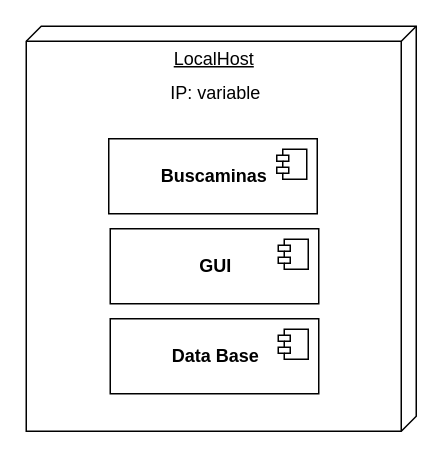
Earlier version of the draw.io diagram diagrams/diagramaDespliegue.drawio (Paskiben/Tarea-INFO229). Source tidied: cells renumbered, new cells numbered last; positions are measured from the earlier drawing's top-left corner, leaving out a move shared by most shapes. Both pictures are drawn from the tidied source at 150%, with x=0, y=0 at pixel (26, 26).
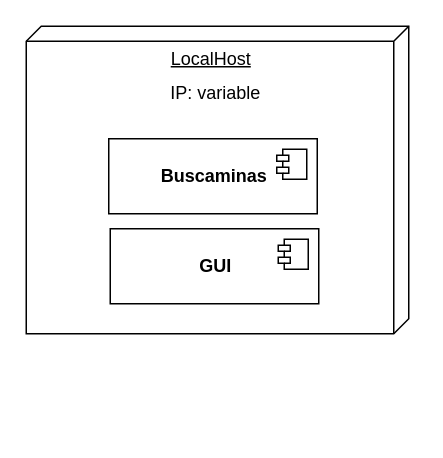
After the change.

Change to the diagram source:
```diff
@@
 <mxGraphModel>
   <root>
     <mxCell id="0" />
     <mxCell id="1" parent="0" />
     <mxCell id="2" value="LocalHost" style="verticalAlign=top;align=center;spacingTop=8;spacingLeft=2;spacingRight=12;shape=cube;size=10;direction=south;fontStyle=4;html=1;" parent="1" vertex="1">
-      <mxGeometry width="260" height="270" as="geometry" />
+      <mxGeometry width="255" height="205" as="geometry" />
     </mxCell>
     <mxCell id="3" value="IP: variable" style="text;html=1;align=center;verticalAlign=middle;strokeColor=none;fillColor=none;" parent="1" vertex="1">
       <mxGeometry x="85.5" y="30" width="80" height="30" as="geometry" />
     </mxCell>
     <mxCell id="4" value="&lt;span style=&quot;font-weight: 700;&quot;&gt;Buscaminas&lt;/span&gt;" style="html=1;" parent="1" vertex="1">
       <mxGeometry x="55" y="75" width="139" height="50" as="geometry" />
     </mxCell>
     <mxCell id="5" style="shape=module;jettyWidth=8;jettyHeight=4;" parent="4" vertex="1">
       <mxGeometry x="1" width="20" height="20" relative="1" as="geometry">
         <mxPoint x="-27" y="7" as="offset" />
       </mxGeometry>
     </mxCell>
     <mxCell id="6" value="&lt;span style=&quot;font-weight: 700;&quot;&gt;GUI&lt;/span&gt;" style="html=1;" parent="1" vertex="1">
       <mxGeometry x="56" y="135" width="139" height="50" as="geometry" />
     </mxCell>
     <mxCell id="7" style="shape=module;jettyWidth=8;jettyHeight=4;" parent="6" vertex="1">
       <mxGeometry x="1" width="20" height="20" relative="1" as="geometry">
         <mxPoint x="-27" y="7" as="offset" />
       </mxGeometry>
     </mxCell>
-    <mxCell id="8" value="&lt;span style=&quot;font-weight: 700;&quot;&gt;Data Base&lt;/span&gt;" style="html=1;" parent="1" vertex="1">
-      <mxGeometry x="56" y="195" width="139" height="50" as="geometry" />
-    </mxCell>
-    <mxCell id="9" style="shape=module;jettyWidth=8;jettyHeight=4;" parent="8" vertex="1">
-      <mxGeometry x="1" width="20" height="20" relative="1" as="geometry">
-        <mxPoint x="-27" y="7" as="offset" />
-      </mxGeometry>
-    </mxCell>
   </root>
 </mxGraphModel>
```
